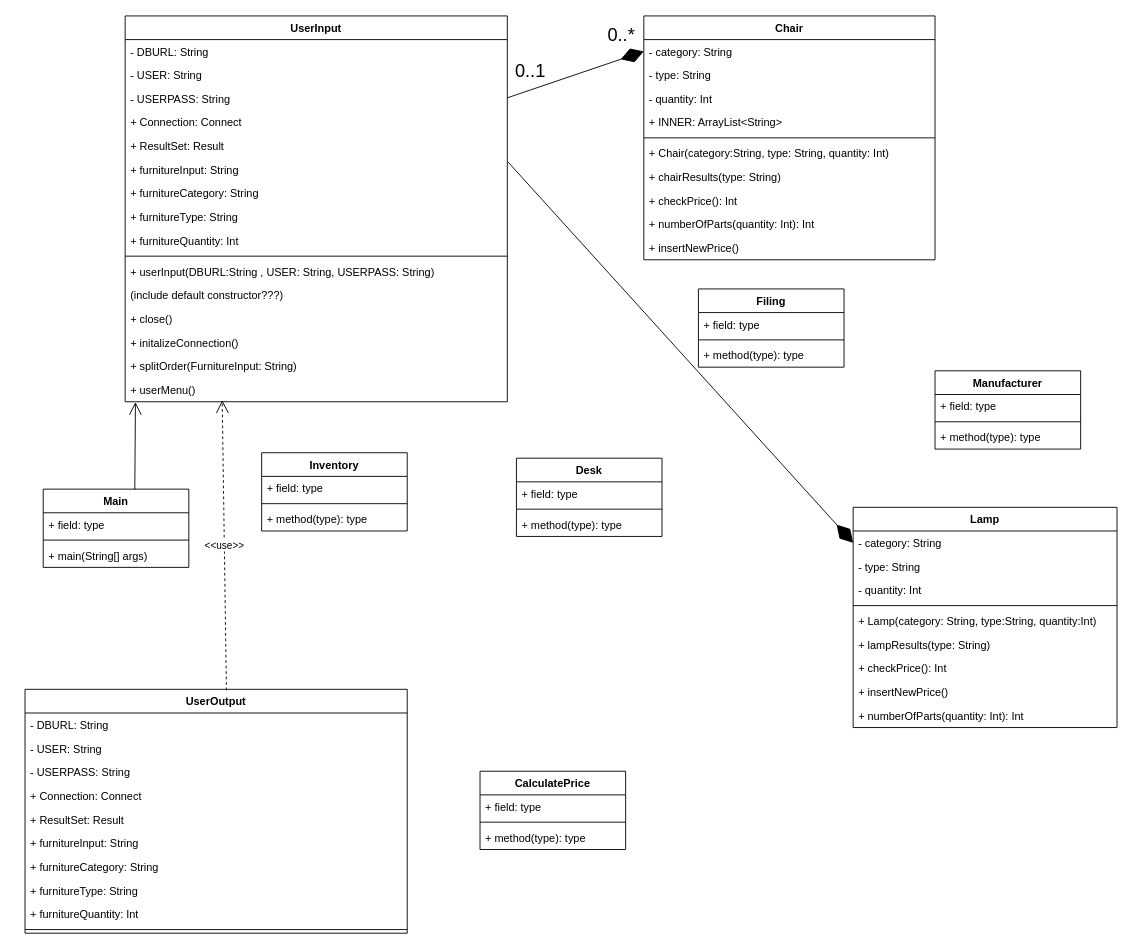
Earlier version of the draw.io diagram src/edu/ucalgary/ensf409/FinalProjectUML.drawio (MushtabaA/Supply-Chain-Project). Source tidied: cells renumbered, new cells numbered last; positions are measured from the earlier drawing's top-left corner, leaving out a move shared by most shapes. Both pictures are drawn from the tidied source at 91%, with x=0, y=0 at pixel (25, 15).
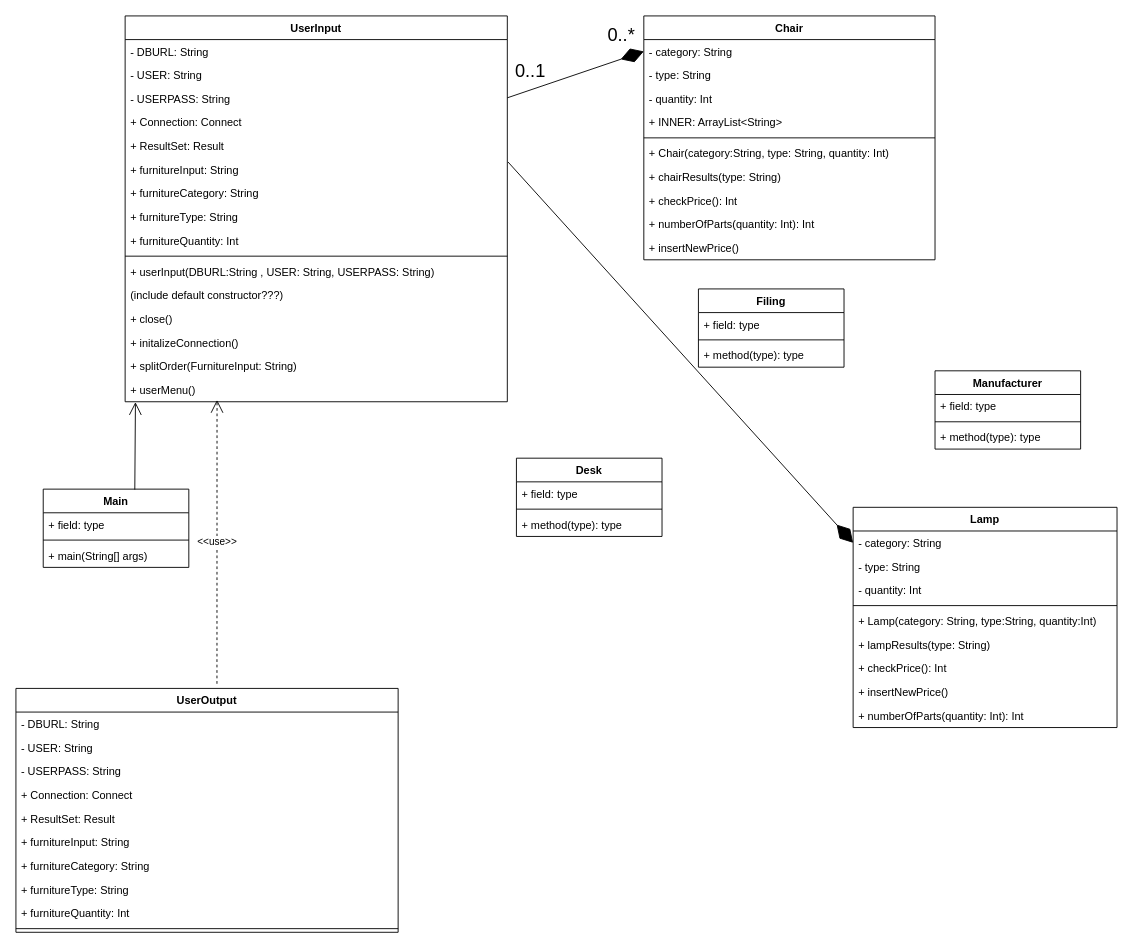
The same diagram, later.

Unchanged cells that the change refers to:
```xml
<mxCell id="18" value="+ userMenu()" style="text;strokeColor=none;fillColor=none;align=left;verticalAlign=top;spacingLeft=4;spacingRight=4;overflow=hidden;points=[[0,0.5],[1,0.5]];portConstraint=eastwest;" parent="2" vertex="1">
  <mxGeometry y="398" width="420" height="26" as="geometry" />
</mxCell>
```

What changed in the source:
```diff
@@
-    <mxCell id="30" value="CalculatePrice" style="swimlane;fontStyle=1;align=center;verticalAlign=top;horizontal=1;startSize=26;" parent="1" vertex="1">
-      <mxGeometry x="500" y="830" width="160" height="86" as="geometry" />
-    </mxCell>
-    <mxCell id="31" value="+ field: type" style="text;strokeColor=none;fillColor=none;align=left;verticalAlign=top;spacingLeft=4;spacingRight=4;overflow=hidden;" parent="30" vertex="1">
-      <mxGeometry y="26" width="160" height="26" as="geometry" />
-    </mxCell>
-    <mxCell id="32" style="line;strokeWidth=1;fillColor=none;align=left;verticalAlign=middle;spacingTop=-1;spacingLeft=3;spacingRight=3;labelPosition=right;" parent="30" vertex="1">
-      <mxGeometry y="52" width="160" height="8" as="geometry" />
-    </mxCell>
-    <mxCell id="33" value="+ method(type): type" style="text;strokeColor=none;fillColor=none;align=left;verticalAlign=top;spacingLeft=4;spacingRight=4;overflow=hidden;" parent="30" vertex="1">
-      <mxGeometry y="60" width="160" height="26" as="geometry" />
-    </mxCell>
@@
-    <mxCell id="56" value="Inventory" style="swimlane;fontStyle=1;align=center;verticalAlign=top;horizontal=1;startSize=26;" parent="1" vertex="1">
-      <mxGeometry x="260" y="480" width="160" height="86" as="geometry" />
-    </mxCell>
-    <mxCell id="57" value="+ field: type" style="text;strokeColor=none;fillColor=none;align=left;verticalAlign=top;spacingLeft=4;spacingRight=4;overflow=hidden;" parent="56" vertex="1">
-      <mxGeometry y="26" width="160" height="26" as="geometry" />
-    </mxCell>
-    <mxCell id="58" style="line;strokeWidth=1;fillColor=none;align=left;verticalAlign=middle;spacingTop=-1;spacingLeft=3;spacingRight=3;labelPosition=right;" parent="56" vertex="1">
-      <mxGeometry y="52" width="160" height="8" as="geometry" />
-    </mxCell>
-    <mxCell id="59" value="+ method(type): type" style="text;strokeColor=none;fillColor=none;align=left;verticalAlign=top;spacingLeft=4;spacingRight=4;overflow=hidden;" parent="56" vertex="1">
-      <mxGeometry y="60" width="160" height="26" as="geometry" />
-    </mxCell>
@@
     <mxCell id="69" value="UserOutput" style="swimlane;fontStyle=1;align=center;verticalAlign=top;horizontal=1;startSize=26;" parent="1" vertex="1">
-      <mxGeometry y="740" width="420" height="268" as="geometry" />
+      <mxGeometry x="-10" y="739" width="420" height="268" as="geometry" />
     </mxCell>
@@
-    <mxCell id="80" value="&amp;lt;&amp;lt;use&amp;gt;&amp;gt;" style="endArrow=open;endSize=12;dashed=1;html=1;exitX=0.527;exitY=0.004;exitDx=0;exitDy=0;entryX=0.254;entryY=0.931;entryDx=0;entryDy=0;entryPerimeter=0;exitPerimeter=0;" parent="1" edge="1" source="69" target="18">
-      <mxGeometry relative="1" as="geometry" />
+    <mxCell id="80" value="&amp;lt;&amp;lt;use&amp;gt;&amp;gt;" style="endArrow=open;endSize=12;dashed=1;html=1;exitX=0.526;exitY=-0.019;exitDx=0;exitDy=0;exitPerimeter=0;" parent="1" edge="1" source="69">
+      <mxGeometry relative="1" as="geometry">
+        <mxPoint x="211" y="422" as="targetPoint" />
+      </mxGeometry>
     </mxCell>
```
